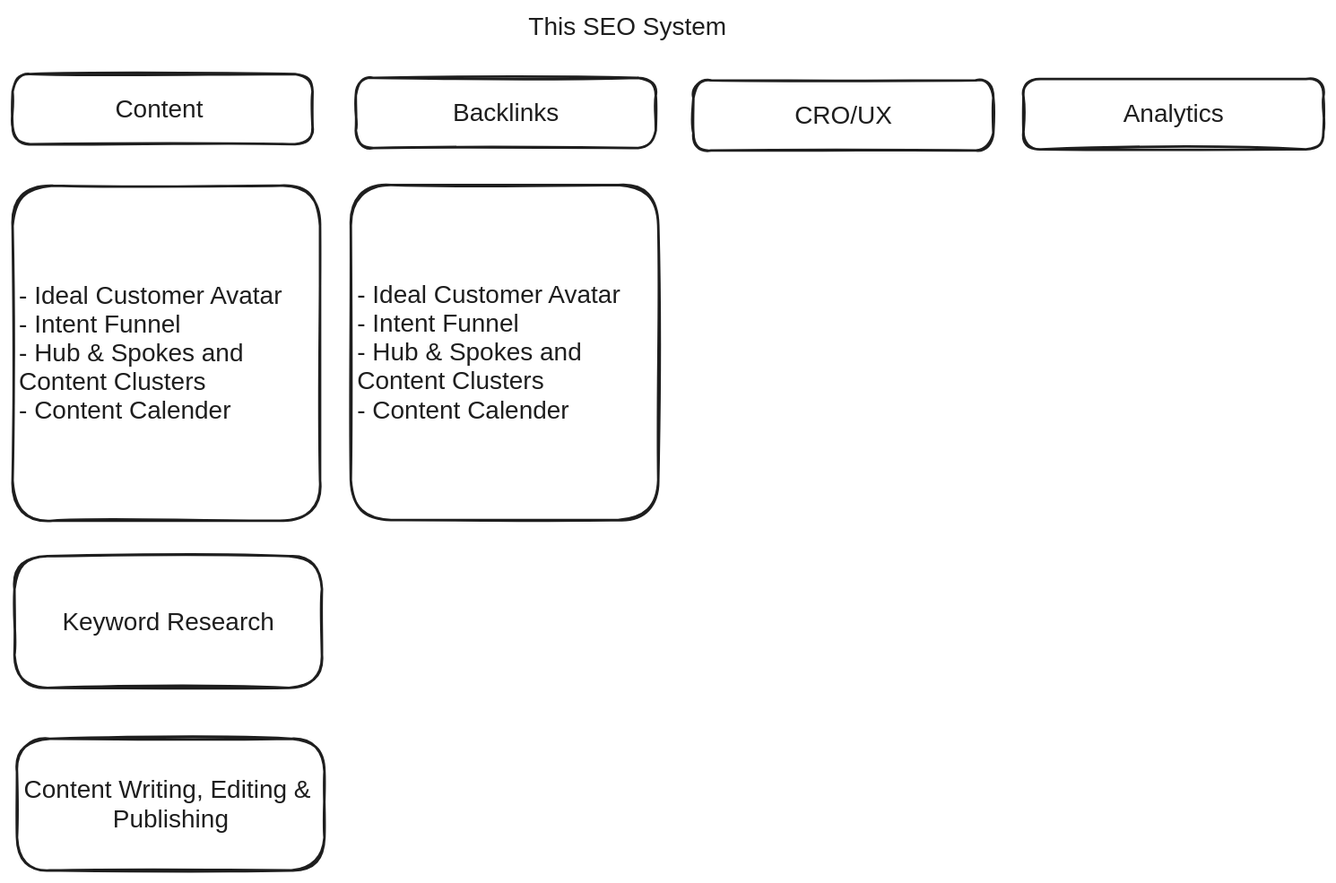
The Excalidraw diagram QuickNotes/20240526 The SEO System.excalidraw.svg in mshafat/noteshub, before a commit. Source tidied: one line per element, renumbered; positions are measured from the earlier drawing's top-left corner, leaving out a move shared by most shapes.
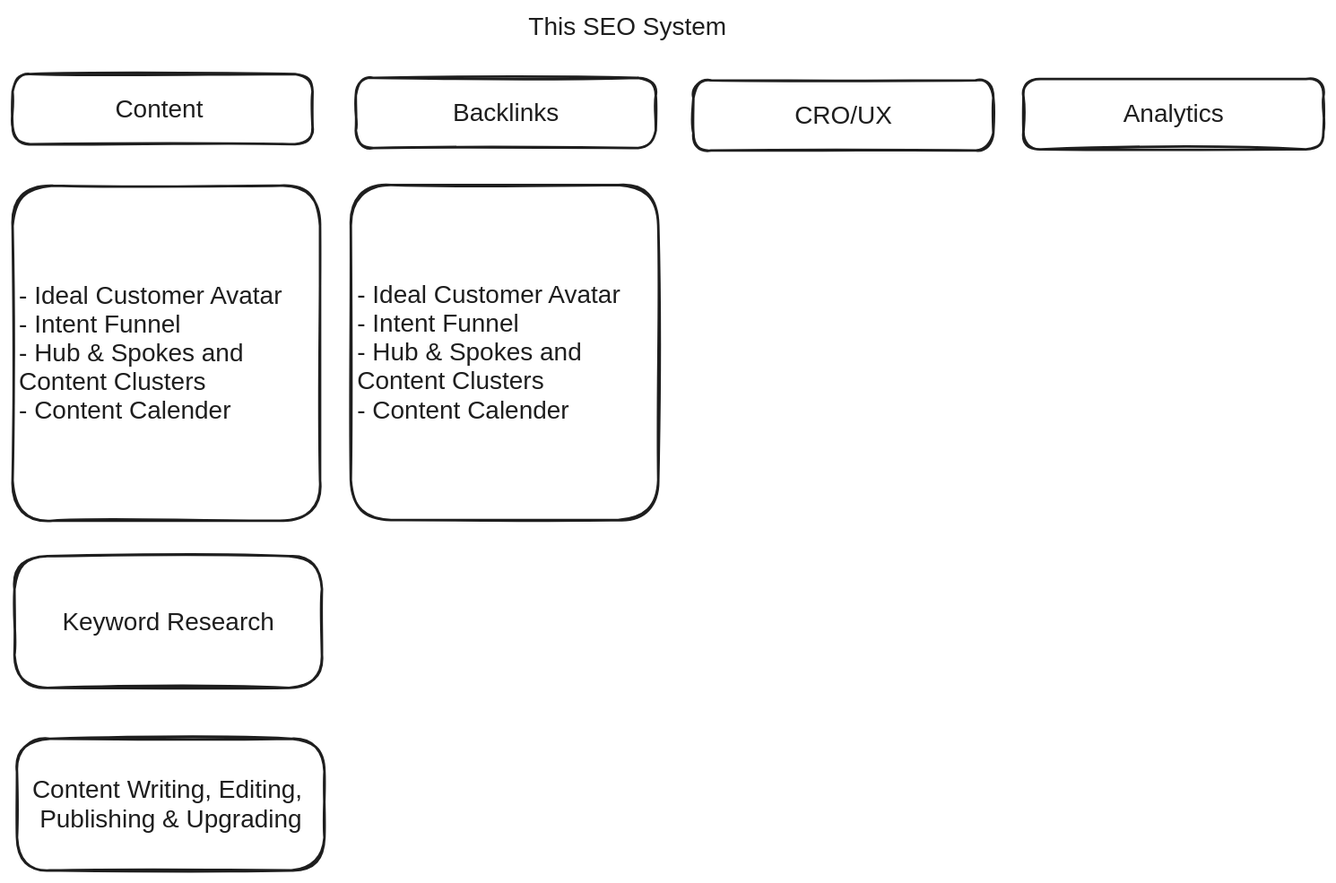
The same file after the commit.

Diff of the diagram source:
```diff
@@ -14,4 +14,4 @@
 {"id": 13, "type": "rectangle", "strokeColor": "#1e1e1e", "strokeWidth": 2, "roughness": 1, "round": true, "x": 2, "y": 433, "width": 245, "height": 105}
 {"id": 14, "type": "text", "text": "Keyword Research", "strokeColor": "#1e1e1e", "strokeWidth": 2, "roughness": 1, "fontSize": 20, "fontFamily": 2, "textAlign": "center", "verticalAlign": "middle", "inside": 13, "x": 40, "y": 474, "width": 169, "height": 23}
 {"id": 15, "type": "rectangle", "strokeColor": "#1e1e1e", "strokeWidth": 2, "roughness": 1, "round": true, "x": 4, "y": 579, "width": 245, "height": 105}
-{"id": 16, "type": "text", "text": "Content Writing, Editing & \nPublishing", "strokeColor": "#1e1e1e", "strokeWidth": 2, "roughness": 1, "fontSize": 20, "fontFamily": 2, "textAlign": "center", "verticalAlign": "middle", "inside": 15, "x": 9, "y": 608, "width": 234, "height": 46}
+{"id": 16, "type": "text", "text": "Content Writing, Editing, \nPublishing & Upgrading", "strokeColor": "#1e1e1e", "strokeWidth": 2, "roughness": 1, "fontSize": 20, "fontFamily": 2, "textAlign": "center", "verticalAlign": "middle", "inside": 15, "x": 16, "y": 608, "width": 221, "height": 46}
```
